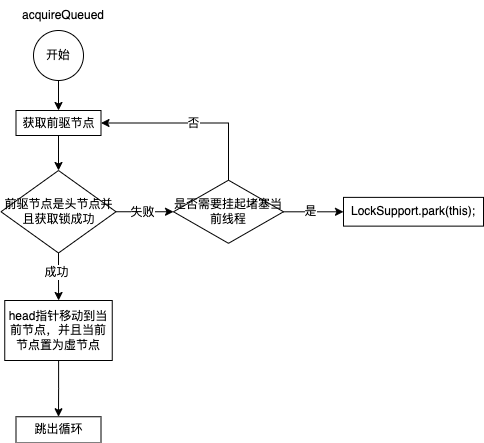
This is ReentrantLock3.png from zhaole0606/pic, a draw.io export, as it was before one commit. Source tidied: cells renumbered, new cells last; positions are measured from the earlier drawing's top-left corner, leaving out a move shared by most shapes.
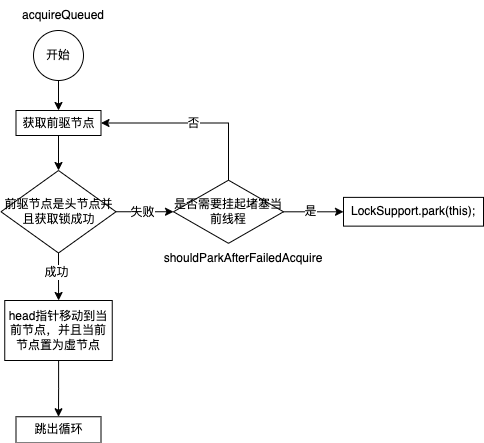
The same diagram one commit later.

The edit, as a diff of the source:
```diff
@@ -60,5 +60,8 @@
     <mxCell id="19" value="LockSupport.park(this);" style="whiteSpace=wrap;html=1;" parent="1" vertex="1">
       <mxGeometry x="342" y="196.9" width="140" height="28.8" as="geometry" />
     </mxCell>
+    <mxCell id="20" value="shouldParkAfterFailedAcquire" style="text;html=1;strokeColor=none;fillColor=none;align=center;verticalAlign=middle;whiteSpace=wrap;rounded=0;" parent="1" vertex="1">
+      <mxGeometry x="212" y="242.8" width="60" height="30" as="geometry" />
+    </mxCell>
   </root>
 </mxGraphModel>
```
